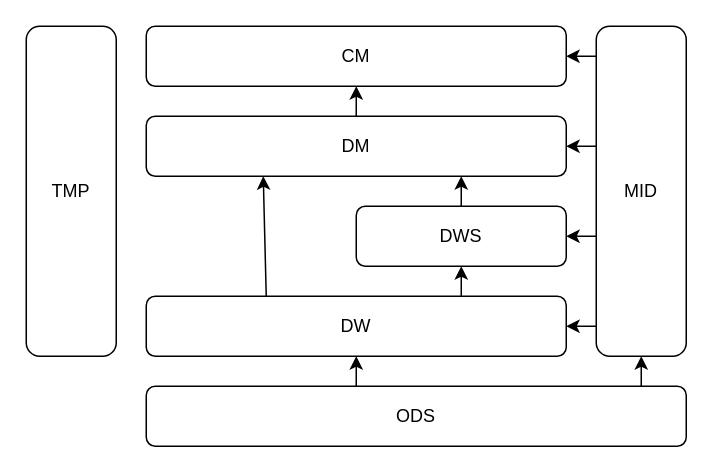
Above: axx数仓分层.drawio in zengleSoft/draw (draw.io), before the change. Source tidied: cells renumbered, new cells numbered last; positions are measured from the earlier drawing's top-left corner, leaving out a move shared by most shapes. Both pictures are drawn from the tidied source at 150%, with x=0, y=0 at pixel (26, 26).
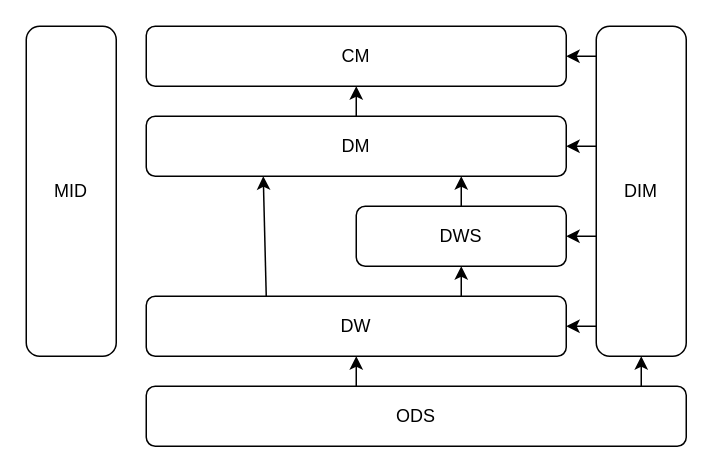
The same diagram, later.

The edit, as a diff of the source:
```diff
@@
-    <mxCell id="7" value="MID" style="rounded=1;whiteSpace=wrap;html=1;" parent="1" vertex="1">
+    <mxCell id="7" value="DIM" style="rounded=1;whiteSpace=wrap;html=1;" parent="1" vertex="1">
       <mxGeometry x="380" width="60" height="220" as="geometry" />
     </mxCell>
-    <mxCell id="8" value="TMP" style="rounded=1;whiteSpace=wrap;html=1;" parent="1" vertex="1">
+    <mxCell id="8" value="MID" style="rounded=1;whiteSpace=wrap;html=1;" parent="1" vertex="1">
       <mxGeometry width="60" height="220" as="geometry" />
     </mxCell>
```
